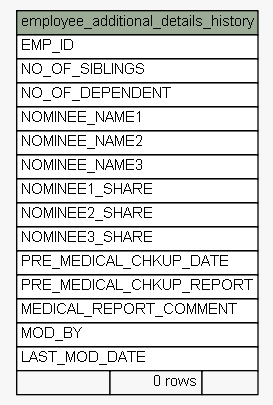
Above: docs/database/schemaspy/graphs/summary/employee_additional_details_history.1degree.png in engineerscraft/hrms (Graphviz), before the change. Its source is kept beside it as docs/database/schemaspy/graphs/summary/employee_additional_details_history.1degree.dot.
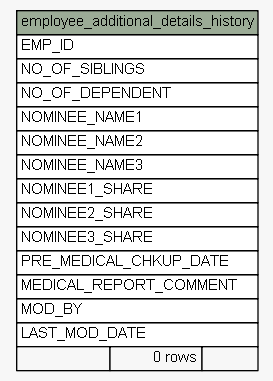
Above is the later version.

What changed in the source:
```diff
@@ -25,7 +25,6 @@
       <TR><TD PORT="NOMINEE2_SHARE" COLSPAN="3" ALIGN="LEFT">NOMINEE2_SHARE</TD></TR>
       <TR><TD PORT="NOMINEE3_SHARE" COLSPAN="3" ALIGN="LEFT">NOMINEE3_SHARE</TD></TR>
       <TR><TD PORT="PRE_MEDICAL_CHKUP_DATE" COLSPAN="3" ALIGN="LEFT">PRE_MEDICAL_CHKUP_DATE</TD></TR>
-      <TR><TD PORT="PRE_MEDICAL_CHKUP_REPORT" COLSPAN="3" ALIGN="LEFT">PRE_MEDICAL_CHKUP_REPORT</TD></TR>
       <TR><TD PORT="MEDICAL_REPORT_COMMENT" COLSPAN="3" ALIGN="LEFT">MEDICAL_REPORT_COMMENT</TD></TR>
       <TR><TD PORT="MOD_BY" COLSPAN="3" ALIGN="LEFT">MOD_BY</TD></TR>
       <TR><TD PORT="LAST_MOD_DATE" COLSPAN="3" ALIGN="LEFT">LAST_MOD_DATE</TD></TR>
```
